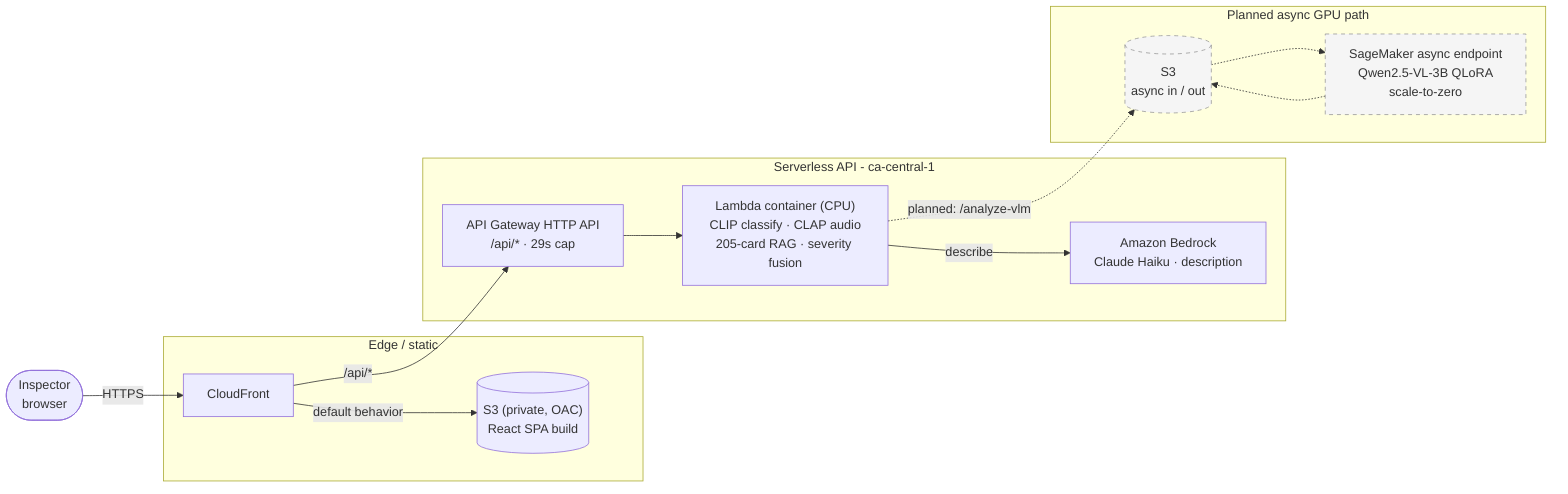
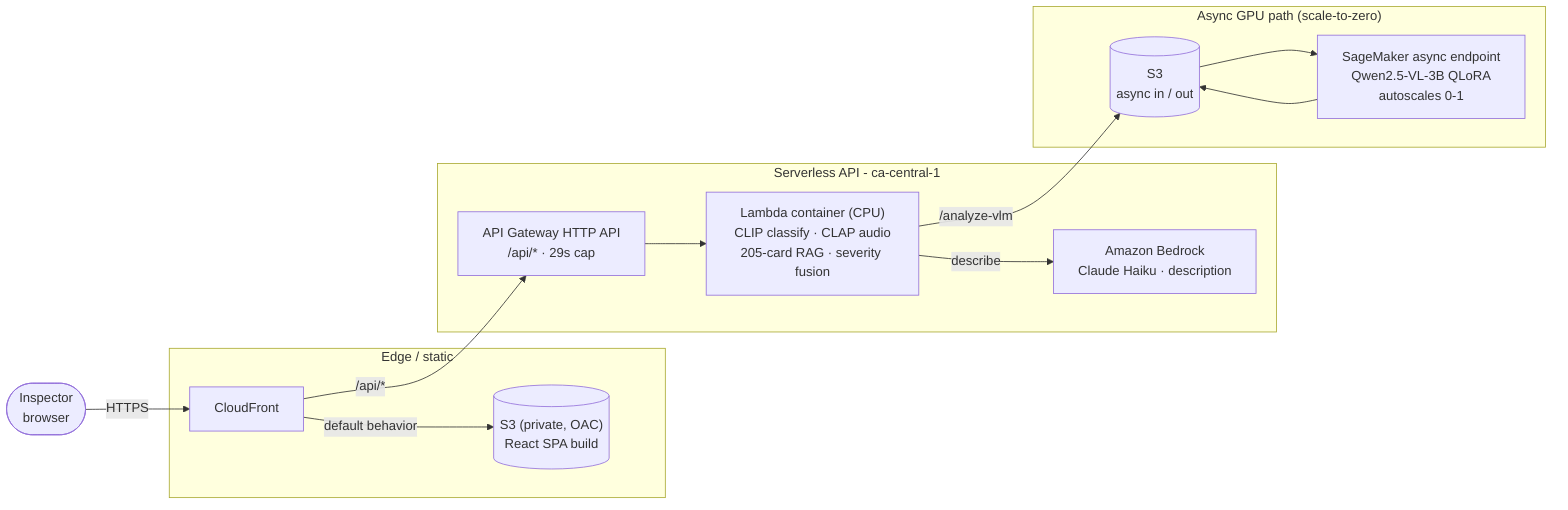
flowchart LR
    user(["Inspector<br/>browser"])

    subgraph edge["Edge / static"]
        cf["CloudFront"]
        s3[("S3 (private, OAC)<br/>React SPA build")]
    end

    subgraph apiTier["Serverless API - ca-central-1"]
        apigw["API Gateway HTTP API<br/>/api/* · 29s cap"]
        lambda["Lambda container (CPU)<br/>CLIP classify · CLAP audio<br/>205-card RAG · severity fusion"]
        bedrock["Amazon Bedrock<br/>Claude Haiku · description"]
    end

-     subgraph gpuTier["Planned async GPU path"]
+     subgraph gpuTier["Async GPU path (scale-to-zero)"]
        s3async[("S3<br/>async in / out")]
-         sm["SageMaker async endpoint<br/>Qwen2.5-VL-3B QLoRA<br/>scale-to-zero"]
+         sm["SageMaker async endpoint<br/>Qwen2.5-VL-3B QLoRA<br/>autoscales 0-1"]
    end

    user -->|HTTPS| cf
    cf -->|default behavior| s3
    cf -->|/api/*| apigw
    apigw --> lambda
    lambda -->|describe| bedrock
-     lambda -. "planned: /analyze-vlm" .-> s3async
-     s3async -.-> sm
-     sm -.-> s3async
- 
-     classDef planned stroke-dasharray: 5 5,fill:#f5f5f5,stroke:#999,color:#333;
-     class s3async,sm planned;
+     lambda -->|"/analyze-vlm"| s3async
+     s3async --> sm
+     sm --> s3async
